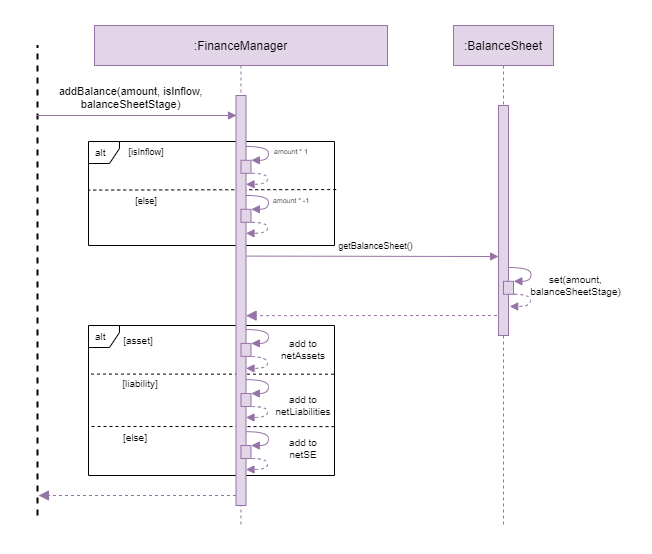
theeugenechong/tp keeps this draw.io diagram as docs/developerGuideDiagrams/financeSequenceDiagram.png. Above is the earlier version. Source tidied: cells renumbered, new cells last; positions are measured from the earlier drawing's top-left corner, leaving out a move shared by most shapes.
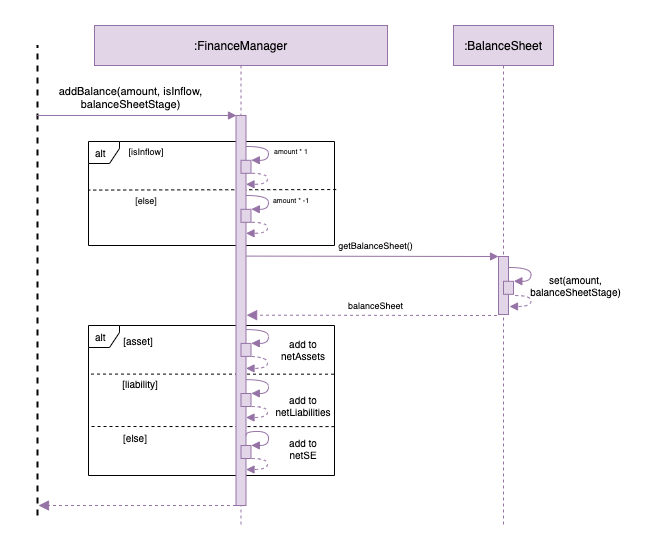
The same file after the commit.

Commit message:
balance sheet sequence diagram fix

The edit, as a diff of the source:
```diff
@@ -15,7 +15,7 @@
       <mxGeometry x="453" y="25" width="100" height="502" as="geometry" />
     </mxCell>
     <mxCell id="5" style="points=[];perimeter=orthogonalPerimeter;rounded=0;shadow=0;strokeWidth=1;fillColor=#e1d5e7;strokeColor=#9673a6;" parent="4" vertex="1">
-      <mxGeometry x="45" y="80" width="10" height="230" as="geometry" />
+      <mxGeometry x="45" y="231" width="10" height="58" as="geometry" />
     </mxCell>
     <mxCell id="6" style="points=[];perimeter=orthogonalPerimeter;rounded=0;shadow=0;strokeWidth=1;fontFamily=Helvetica;fontSize=11;fillColor=#e1d5e7;strokeColor=#9673a6;" parent="4" vertex="1">
       <mxGeometry x="50" y="255.8" width="10" height="13" as="geometry" />
@@ -31,15 +31,6 @@
         </Array>
       </mxGeometry>
     </mxCell>
-    <mxCell id="8" style="curved=1;endArrow=block;html=1;rounded=0;fontFamily=Helvetica;fontSize=10;edgeStyle=orthogonalEdgeStyle;exitX=1.061;exitY=1.003;exitDx=0;exitDy=0;exitPerimeter=0;dashed=1;fillColor=#e1d5e7;strokeColor=#9673a6;endFill=1;entryX=1.12;entryY=0.876;entryDx=0;entryDy=0;entryPerimeter=0;" parent="4" edge="1" source="6" target="5">
-      <mxGeometry relative="1" as="geometry">
-        <Array as="points">
-          <mxPoint x="77" y="269" />
-          <mxPoint x="77" y="281" />
-          <mxPoint x="56" y="281" />
-        </Array>
-      </mxGeometry>
-    </mxCell>
     <mxCell id="9" value=":FinanceManager" style="shape=umlLifeline;perimeter=lifelinePerimeter;rounded=0;shadow=0;strokeWidth=1;fillColor=#e1d5e7;strokeColor=#9673a6;" parent="1" vertex="1">
       <mxGeometry x="94" y="25" width="293" height="500" as="geometry" />
     </mxCell>
@@ -85,7 +76,7 @@
       <mxGeometry x="16" y="402" width="50" height="20" as="geometry" />
     </mxCell>
     <mxCell id="22" style="points=[];perimeter=orthogonalPerimeter;rounded=0;shadow=0;strokeWidth=1;fillColor=#e1d5e7;strokeColor=#9673a6;" parent="9" vertex="1">
-      <mxGeometry x="141.5" y="70" width="10" height="410" as="geometry" />
+      <mxGeometry x="141.5" y="90" width="10" height="390" as="geometry" />
     </mxCell>
     <mxCell id="23" value="&lt;font size=&quot;1&quot;&gt;add to netAssets&lt;/font&gt;" style="text;html=1;strokeColor=none;fillColor=none;align=center;verticalAlign=middle;whiteSpace=wrap;rounded=0;fontSize=7;" parent="9" vertex="1">
       <mxGeometry x="184" y="314" width="50" height="20" as="geometry" />
@@ -95,8 +86,8 @@
     </mxCell>
     <mxCell id="25" style="verticalAlign=bottom;endArrow=block;dashed=1;endSize=8;shadow=0;strokeWidth=1;fontFamily=Helvetica;fontSize=11;fillColor=#e1d5e7;strokeColor=#9673a6;endFill=1;" parent="9" edge="1">
       <mxGeometry x="0.01" relative="1" as="geometry">
-        <mxPoint x="141.5" y="470" as="sourcePoint" />
-        <mxPoint x="-56" y="470" as="targetPoint" />
+        <mxPoint x="141.5" y="480" as="sourcePoint" />
+        <mxPoint x="-56" y="480" as="targetPoint" />
       </mxGeometry>
     </mxCell>
     <mxCell id="26" style="points=[];perimeter=orthogonalPerimeter;rounded=0;shadow=0;strokeWidth=1;fontFamily=Helvetica;fontSize=11;fillColor=#e1d5e7;strokeColor=#9673a6;" parent="9" vertex="1">
@@ -224,7 +215,7 @@
     <mxCell id="44" value="&lt;font size=&quot;1&quot;&gt;set(amount, balanceSheetStage)&lt;/font&gt;" style="text;html=1;strokeColor=none;fillColor=none;align=center;verticalAlign=middle;whiteSpace=wrap;rounded=0;fontSize=7;" parent="1" vertex="1">
       <mxGeometry x="538" y="275" width="75" height="20" as="geometry" />
     </mxCell>
-    <mxCell id="45" style="verticalAlign=bottom;endArrow=block;dashed=1;endSize=8;shadow=0;strokeWidth=1;fontFamily=Helvetica;fontSize=11;fillColor=#e1d5e7;strokeColor=#9673a6;endFill=1;entryX=1.008;entryY=0.537;entryDx=0;entryDy=0;entryPerimeter=0;" parent="1" edge="1" target="22">
+    <mxCell id="45" style="verticalAlign=bottom;endArrow=block;dashed=1;endSize=8;shadow=0;strokeWidth=1;fontFamily=Helvetica;fontSize=11;fillColor=#e1d5e7;strokeColor=#9673a6;endFill=1;entryX=1.062;entryY=0.512;entryDx=0;entryDy=0;entryPerimeter=0;" parent="1" edge="1" target="22">
       <mxGeometry x="0.01" relative="1" as="geometry">
         <mxPoint x="496.5" y="315" as="sourcePoint" />
       </mxGeometry>
@@ -241,5 +232,18 @@
     <mxCell id="47" value="&lt;font size=&quot;1&quot;&gt;add to netSE&lt;/font&gt;" style="text;html=1;strokeColor=none;fillColor=none;align=center;verticalAlign=middle;whiteSpace=wrap;rounded=0;fontSize=7;" parent="1" vertex="1">
       <mxGeometry x="278" y="438" width="50" height="20" as="geometry" />
     </mxCell>
+    <mxCell id="48" style="curved=1;endArrow=block;html=1;rounded=0;fontFamily=Helvetica;fontSize=10;edgeStyle=orthogonalEdgeStyle;exitX=1.061;exitY=1.003;exitDx=0;exitDy=0;exitPerimeter=0;dashed=1;fillColor=#e1d5e7;strokeColor=#9673a6;endFill=1;" parent="1" edge="1">
+      <mxGeometry relative="1" as="geometry">
+        <mxPoint x="514.6" y="295" as="sourcePoint" />
+        <mxPoint x="509" y="306" as="targetPoint" />
+        <Array as="points">
+          <mxPoint x="530.5" y="295" />
+          <mxPoint x="530.5" y="306" />
+        </Array>
+      </mxGeometry>
+    </mxCell>
+    <mxCell id="49" value="&lt;font style=&quot;font-size: 9px&quot;&gt;balanceSheet&lt;/font&gt;" style="text;html=1;strokeColor=none;fillColor=none;align=center;verticalAlign=middle;whiteSpace=wrap;rounded=0;fontSize=7;" parent="1" vertex="1">
+      <mxGeometry x="338" y="295" width="75" height="20" as="geometry" />
+    </mxCell>
   </root>
 </mxGraphModel>
```
